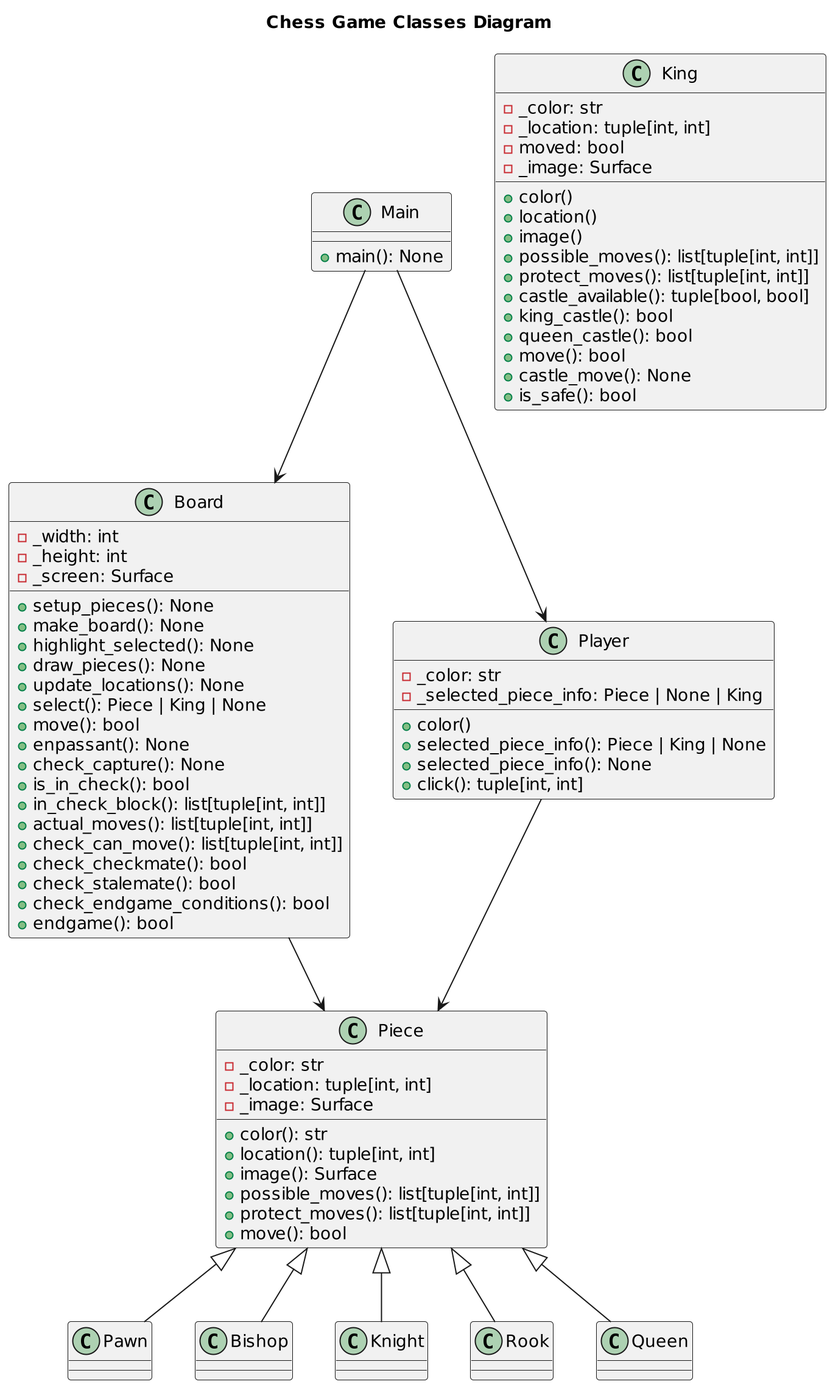
Above: finalproject/uml/Chess Game Classes Diagram.png in walkeredwards/OOP-FinalProject (PlantUML), before the change.
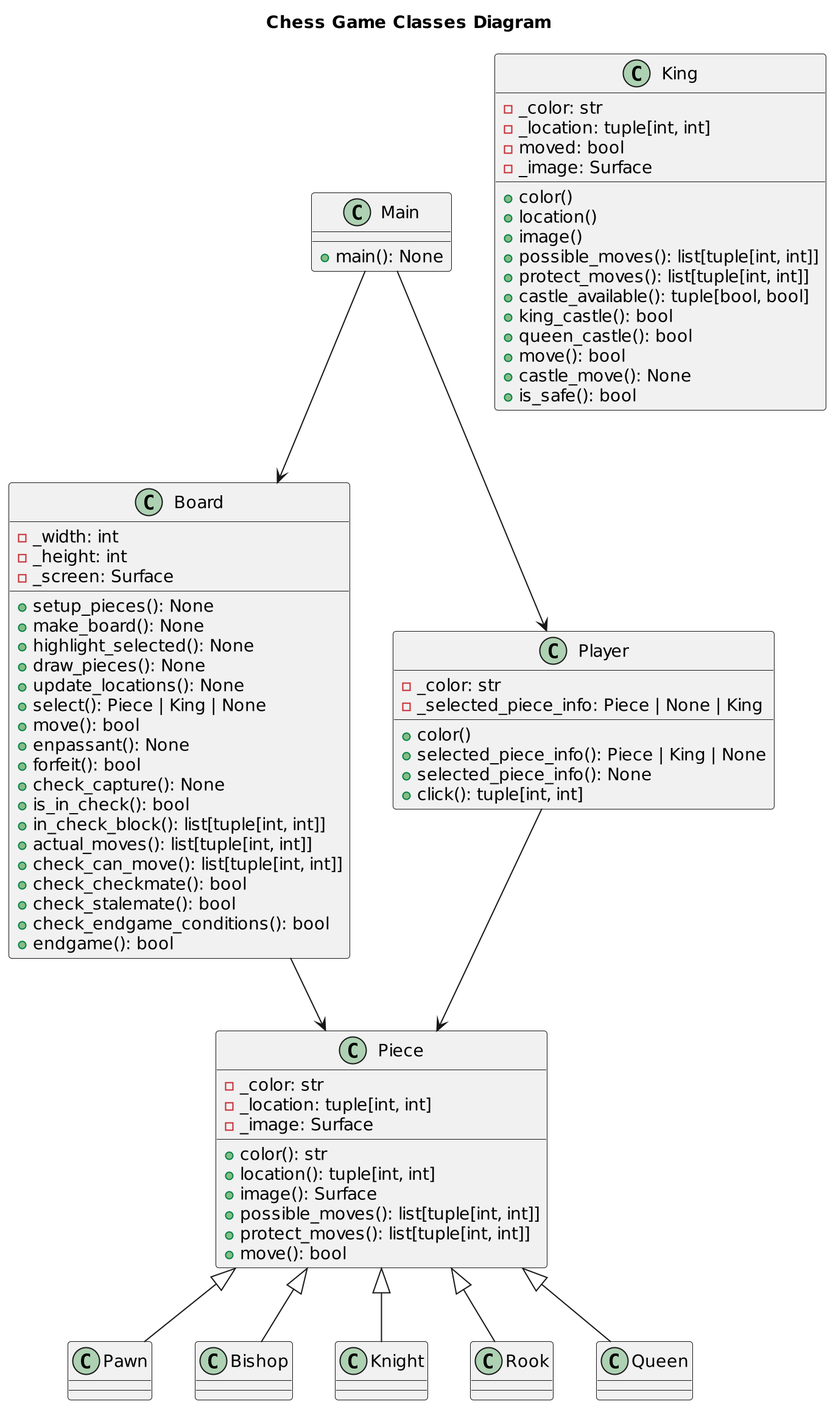
After the commit.

What changed in the source:
```diff
@@ -17,6 +17,7 @@
     + select(): Piece | King | None
     + move(): bool
     + enpassant(): None
+    + forfeit(): bool
     + check_capture(): None
     + is_in_check(): bool
     + in_check_block(): list[tuple[int, int]]
```
